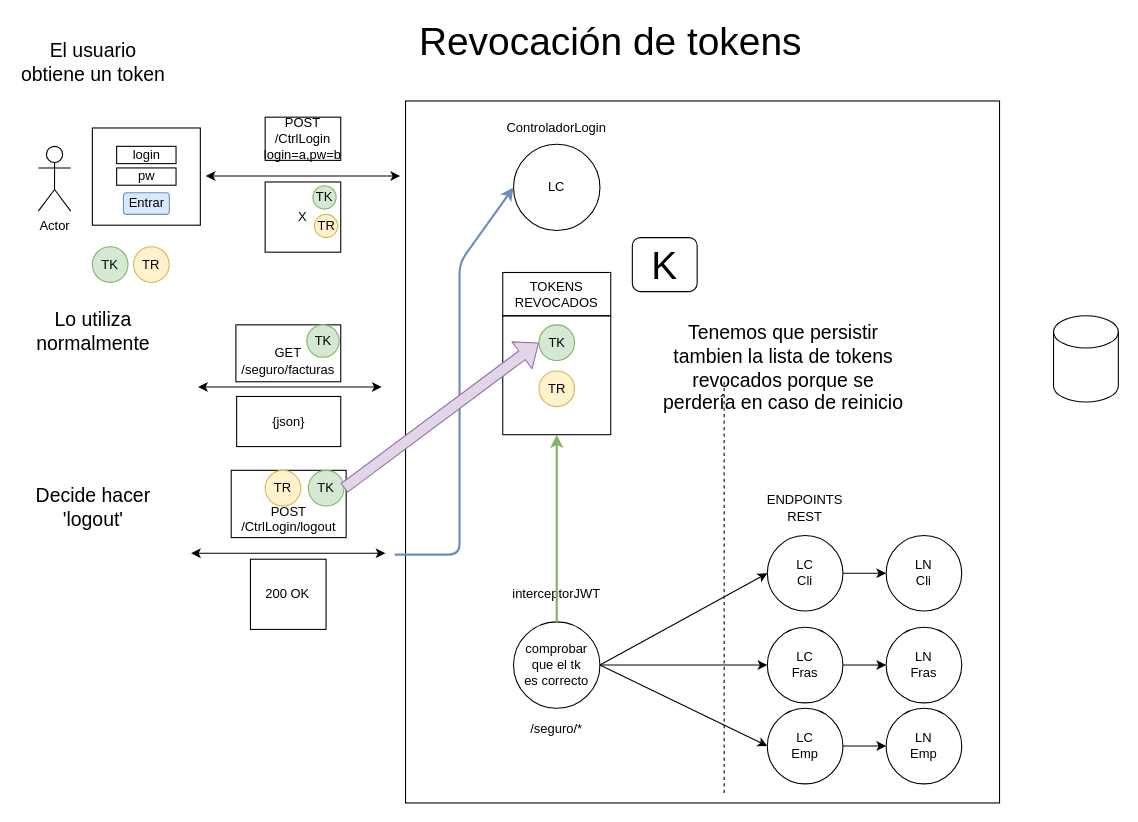
Above: page "Página-19" (10 of 33) of seguridad.drawio in lrag/seguridad_java (draw.io), before the change. Source tidied: cells renumbered, new cells numbered last; positions are measured from the earlier drawing's top-left corner, leaving out a move shared by most shapes. Both pictures are drawn from the tidied source at 108%, with x=0, y=0 at pixel (17, 25).
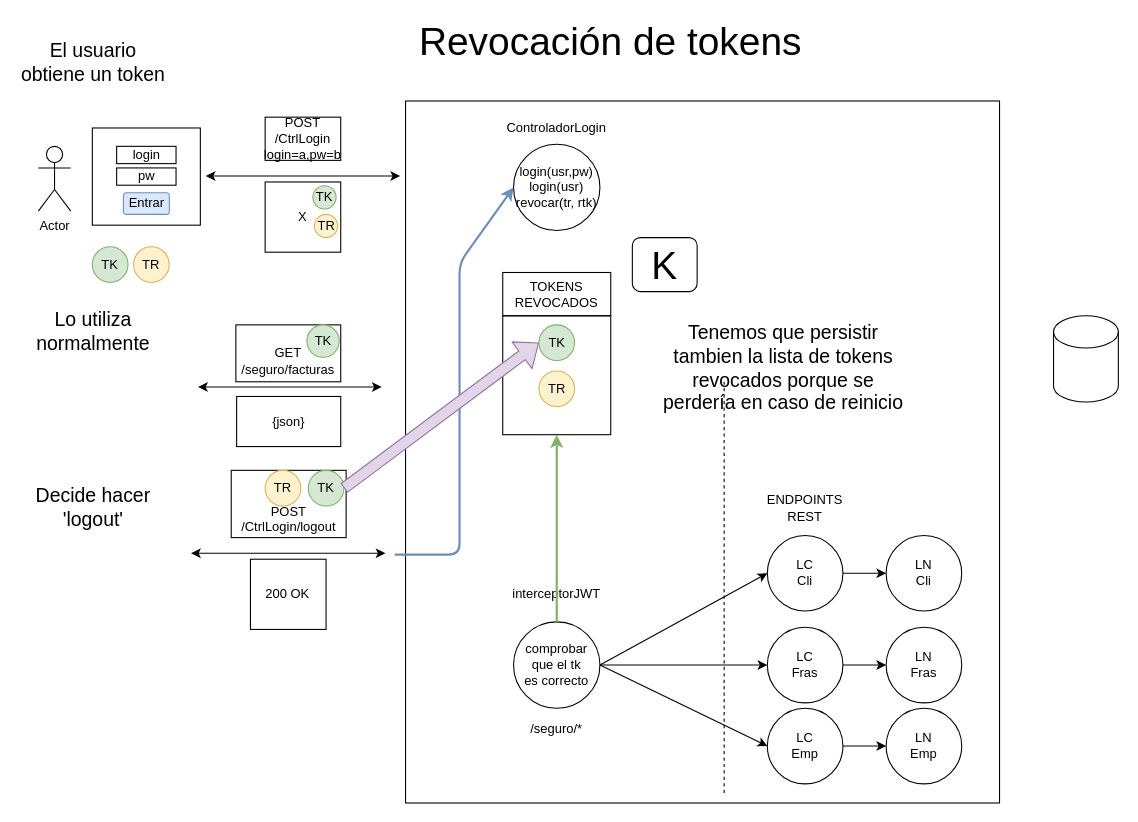
After the change.

The edit, as a diff of the source:
```diff
@@
-    <mxCell id="3" value="LC" style="ellipse;whiteSpace=wrap;html=1;rounded=0;fontSize=12;fillColor=none;gradientColor=#ffffff;" parent="1" vertex="1">
+    <mxCell id="3" value="login(usr,pw)&lt;br&gt;login(usr)&lt;br&gt;revocar(tr, rtk)" style="ellipse;whiteSpace=wrap;html=1;rounded=0;fontSize=12;fillColor=none;gradientColor=#ffffff;" parent="1" vertex="1">
       <mxGeometry x="459" y="110" width="80" height="80" as="geometry" />
     </mxCell>
```
